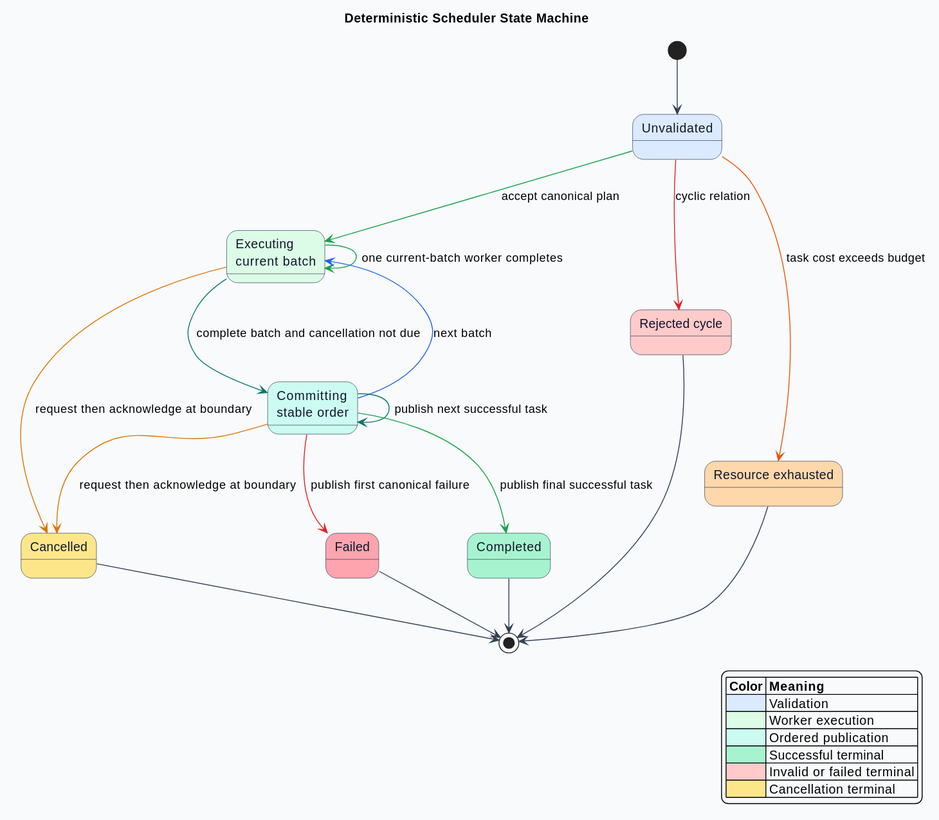
The PlantUML diagram docs/design/figures/scheduler-state-machine.svg in vinary-tree/schedlib, before a commit.
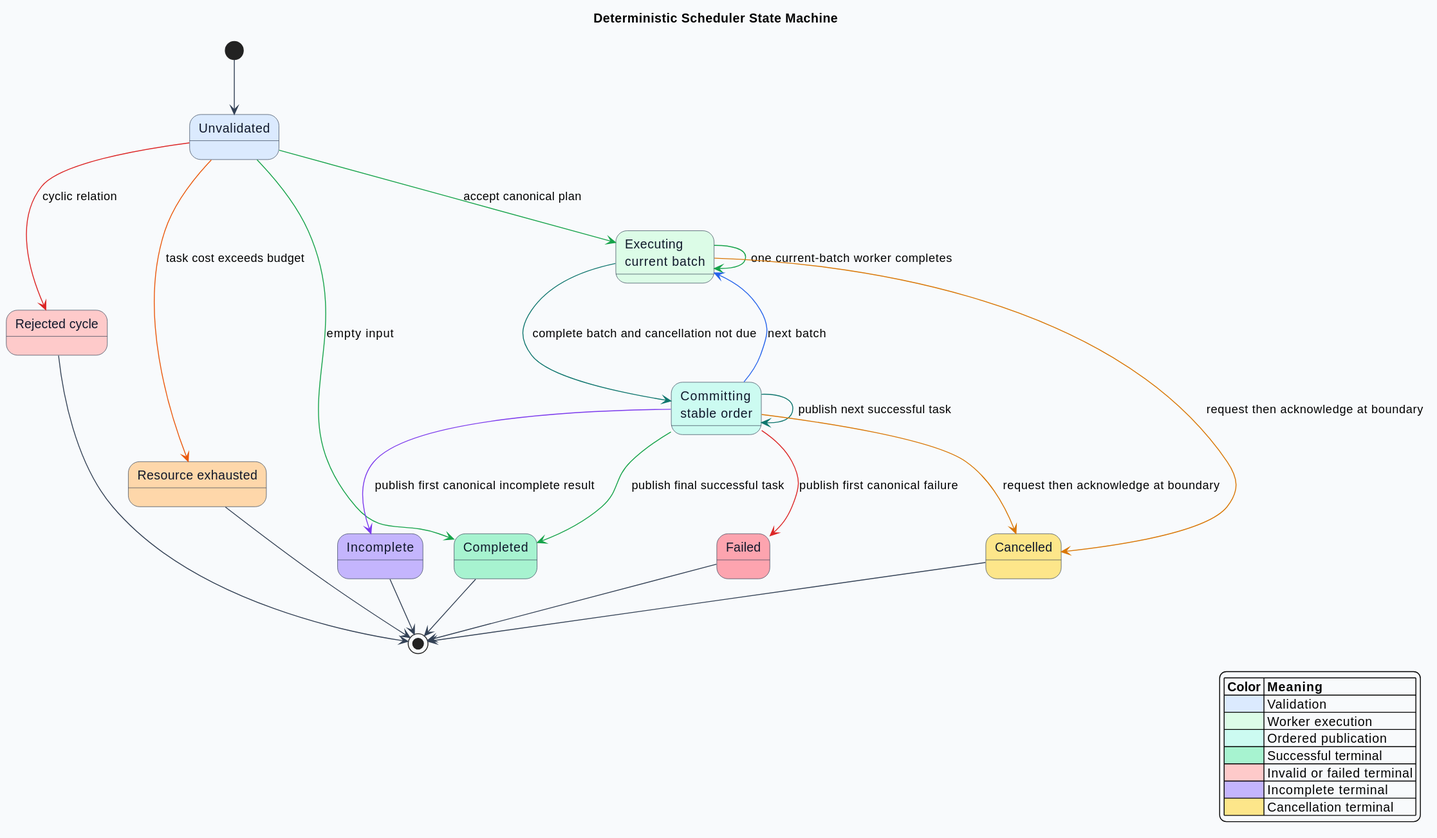
The same file after the commit.

The edit, as a diff of the source:
```diff
@@ -14,12 +14,14 @@
 state "Rejected cycle" as RejectedCycle #FECACA
 state "Resource exhausted" as Exhausted #FED7AA
 state "Failed" as Failed #FDA4AF
+state "Incomplete" as Incomplete #C4B5FD
 state "Cancelled" as Cancelled #FDE68A
 state "Completed" as Completed #A7F3D0
 
 [*] --> Unvalidated
 Unvalidated -[#DC2626]-> RejectedCycle : cyclic relation
 Unvalidated -[#EA580C]-> Exhausted : task cost exceeds budget
+Unvalidated -[#16A34A]-> Completed : empty input
 Unvalidated -[#16A34A]-> Executing : accept canonical plan
 
 Executing -[#16A34A]-> Executing : one current-batch worker completes
@@ -29,12 +31,14 @@
 Committing -[#0F766E]-> Committing : publish next successful task
 Committing -[#2563EB]-> Executing : next batch
 Committing -[#DC2626]-> Failed : publish first canonical failure
+Committing -[#7C3AED]-> Incomplete : publish first canonical incomplete result
 Committing -[#D97706]-> Cancelled : request then acknowledge at boundary
 Committing -[#16A34A]-> Completed : publish final successful task
 
 RejectedCycle --> [*]
 Exhausted --> [*]
 Failed --> [*]
+Incomplete --> [*]
 Cancelled --> [*]
 Completed --> [*]
 
@@ -45,6 +49,7 @@
 |<#CCFBF1>| Ordered publication |
 |<#A7F3D0>| Successful terminal |
 |<#FECACA>| Invalid or failed terminal |
+|<#C4B5FD>| Incomplete terminal |
 |<#FDE68A>| Cancellation terminal |
 endlegend
 @enduml
```
